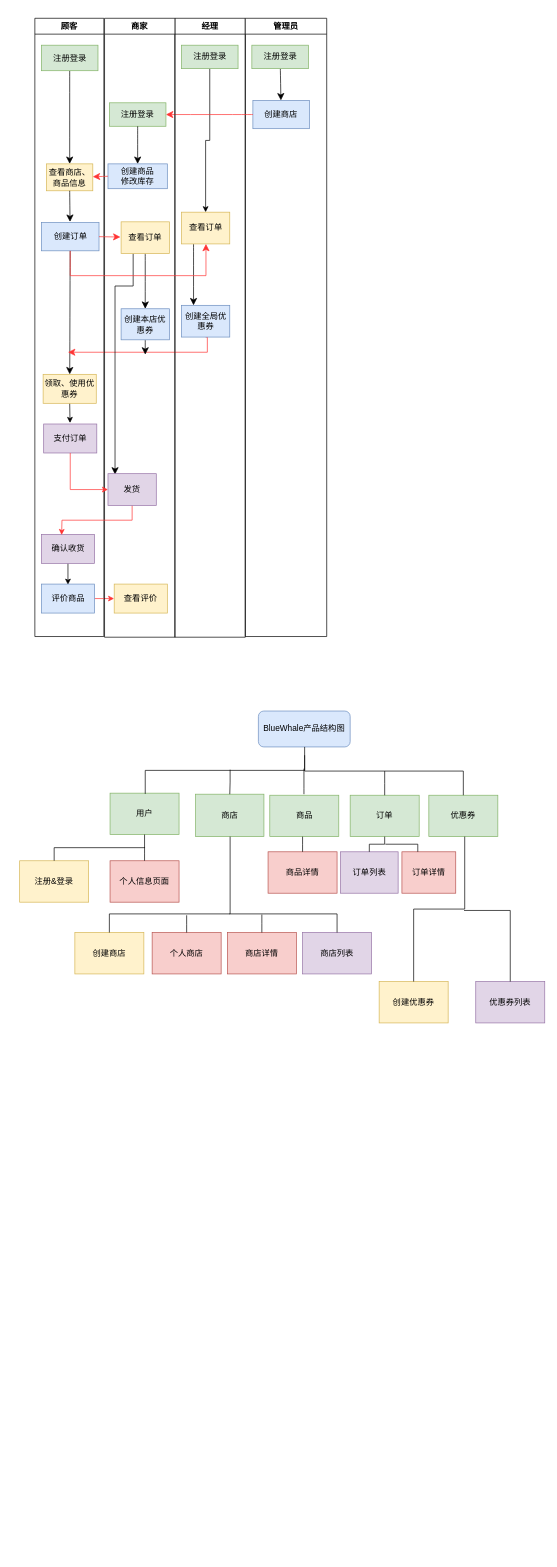
Above: hm.drawio in 2458469953/SE2_picture (draw.io), before the change. Source tidied: cells renumbered, new cells numbered last; positions are measured from the earlier drawing's top-left corner, leaving out a move shared by most shapes. Both pictures are drawn from the tidied source at 69%, with x=0, y=0 at pixel (19, 18).
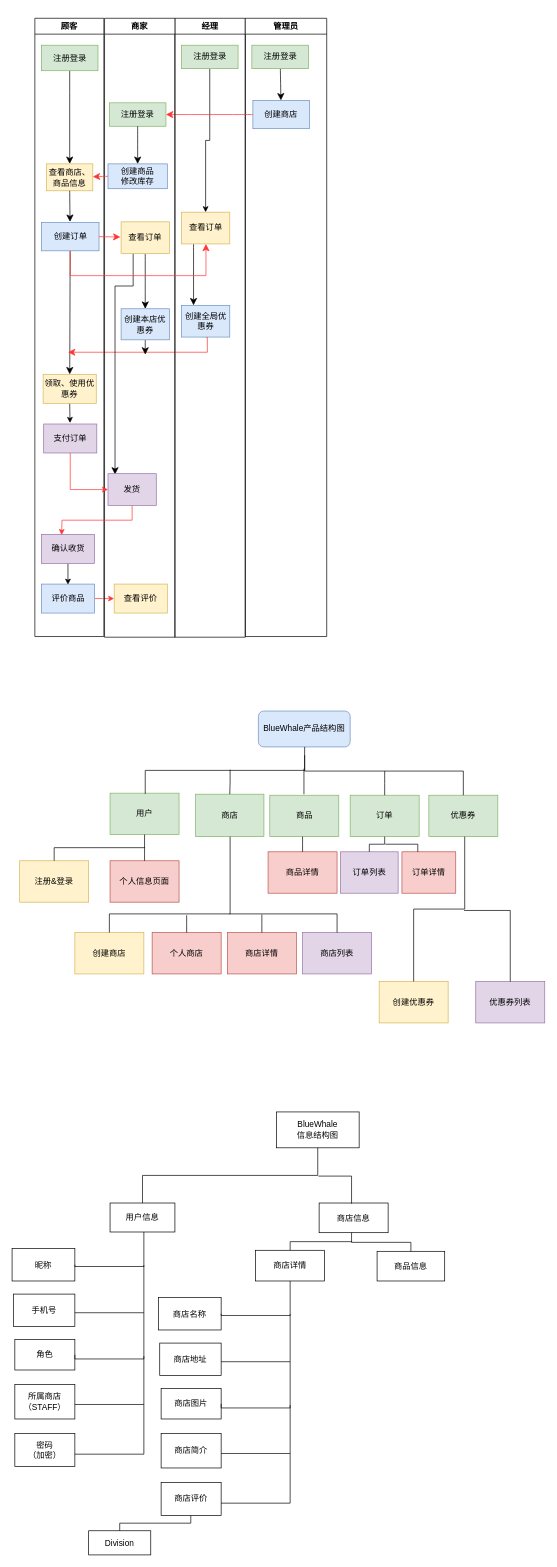
The same page after the edit.

What changed in the source:
```diff
@@
+    <mxCell id="78" value="BlueWhale&lt;div&gt;信息结构图&lt;/div&gt;" style="rounded=0;whiteSpace=wrap;html=1;" parent="1" vertex="1">
+      <mxGeometry x="372" y="1585" width="120" height="52" as="geometry" />
+    </mxCell>
+    <mxCell id="79" value="用户信息" style="whiteSpace=wrap;html=1;align=center;verticalAlign=middle;newEdgeStyle={&quot;edgeStyle&quot;:&quot;elbowEdgeStyle&quot;,&quot;startArrow&quot;:&quot;none&quot;,&quot;endArrow&quot;:&quot;none&quot;};" parent="1" vertex="1">
+      <mxGeometry x="131" y="1717" width="94" height="42" as="geometry" />
+    </mxCell>
+    <mxCell id="80" style="edgeStyle=elbowEdgeStyle;elbow=vertical;sourcePerimeterSpacing=0;targetPerimeterSpacing=0;startArrow=none;endArrow=none;rounded=0;curved=0;exitX=0.5;exitY=1;exitDx=0;exitDy=0;" parent="1" edge="1" source="78" target="79">
+      <mxGeometry relative="1" as="geometry" />
+    </mxCell>
+    <mxCell id="81" value="昵称" style="whiteSpace=wrap;html=1;align=center;verticalAlign=middle;newEdgeStyle={&quot;edgeStyle&quot;:&quot;elbowEdgeStyle&quot;,&quot;startArrow&quot;:&quot;none&quot;,&quot;endArrow&quot;:&quot;none&quot;};" parent="1" vertex="1">
+      <mxGeometry x="-11" y="1783" width="91" height="47" as="geometry" />
+    </mxCell>
+    <mxCell id="82" style="edgeStyle=elbowEdgeStyle;elbow=vertical;sourcePerimeterSpacing=0;targetPerimeterSpacing=0;startArrow=none;endArrow=none;rounded=0;curved=0;entryX=1;entryY=0.5;entryDx=0;entryDy=0;" parent="1" edge="1" target="81">
+      <mxGeometry relative="1" as="geometry">
+        <mxPoint x="180" y="1759" as="sourcePoint" />
+        <Array as="points">
+          <mxPoint x="134" y="1809" />
+        </Array>
+      </mxGeometry>
+    </mxCell>
+    <mxCell id="83" value="手机号" style="whiteSpace=wrap;html=1;align=center;verticalAlign=middle;newEdgeStyle={&quot;edgeStyle&quot;:&quot;elbowEdgeStyle&quot;,&quot;startArrow&quot;:&quot;none&quot;,&quot;endArrow&quot;:&quot;none&quot;};" parent="1" vertex="1">
+      <mxGeometry x="-9" y="1849" width="89" height="47" as="geometry" />
+    </mxCell>
+    <mxCell id="84" style="edgeStyle=elbowEdgeStyle;elbow=vertical;sourcePerimeterSpacing=0;targetPerimeterSpacing=0;startArrow=none;endArrow=none;rounded=0;curved=0;" parent="1" edge="1" target="83">
+      <mxGeometry relative="1" as="geometry">
+        <mxPoint x="180" y="1807" as="sourcePoint" />
+        <Array as="points">
+          <mxPoint x="131" y="1876" />
+        </Array>
+      </mxGeometry>
+    </mxCell>
+    <mxCell id="85" value="角色" style="whiteSpace=wrap;html=1;align=center;verticalAlign=middle;newEdgeStyle={&quot;edgeStyle&quot;:&quot;elbowEdgeStyle&quot;,&quot;startArrow&quot;:&quot;none&quot;,&quot;endArrow&quot;:&quot;none&quot;};" parent="1" vertex="1">
+      <mxGeometry x="-7" y="1915" width="87" height="44" as="geometry" />
+    </mxCell>
+    <mxCell id="86" style="edgeStyle=elbowEdgeStyle;elbow=vertical;sourcePerimeterSpacing=0;targetPerimeterSpacing=0;startArrow=none;endArrow=none;rounded=0;curved=0;entryX=1;entryY=0.5;entryDx=0;entryDy=0;" parent="1" edge="1" target="85">
+      <mxGeometry relative="1" as="geometry">
+        <mxPoint x="180" y="1876" as="sourcePoint" />
+        <Array as="points">
+          <mxPoint x="133" y="1943" />
+        </Array>
+      </mxGeometry>
+    </mxCell>
+    <mxCell id="87" value="所属商店（STAFF）" style="whiteSpace=wrap;html=1;align=center;verticalAlign=middle;newEdgeStyle={&quot;edgeStyle&quot;:&quot;elbowEdgeStyle&quot;,&quot;startArrow&quot;:&quot;none&quot;,&quot;endArrow&quot;:&quot;none&quot;};" parent="1" vertex="1">
+      <mxGeometry x="-7" y="1980" width="87" height="50" as="geometry" />
+    </mxCell>
+    <mxCell id="88" style="edgeStyle=elbowEdgeStyle;elbow=vertical;sourcePerimeterSpacing=0;targetPerimeterSpacing=0;startArrow=none;endArrow=none;rounded=0;curved=0;" parent="1" edge="1" target="87">
+      <mxGeometry relative="1" as="geometry">
+        <mxPoint x="180" y="1939" as="sourcePoint" />
+        <Array as="points">
+          <mxPoint x="159" y="2009" />
+        </Array>
+      </mxGeometry>
+    </mxCell>
+    <mxCell id="89" value="密码&lt;div&gt;（加密）&lt;/div&gt;" style="whiteSpace=wrap;html=1;align=center;verticalAlign=middle;newEdgeStyle={&quot;edgeStyle&quot;:&quot;elbowEdgeStyle&quot;,&quot;startArrow&quot;:&quot;none&quot;,&quot;endArrow&quot;:&quot;none&quot;};" parent="1" vertex="1">
+      <mxGeometry x="-7" y="2051" width="87" height="48" as="geometry" />
+    </mxCell>
+    <mxCell id="90" style="edgeStyle=elbowEdgeStyle;elbow=vertical;sourcePerimeterSpacing=0;targetPerimeterSpacing=0;startArrow=none;endArrow=none;rounded=0;curved=0;" parent="1" edge="1" target="89">
+      <mxGeometry relative="1" as="geometry">
+        <mxPoint x="180" y="2009" as="sourcePoint" />
+        <Array as="points">
+          <mxPoint x="129" y="2081" />
+        </Array>
+      </mxGeometry>
+    </mxCell>
+    <mxCell id="91" value="商店信息" style="whiteSpace=wrap;html=1;align=center;verticalAlign=middle;newEdgeStyle={&quot;edgeStyle&quot;:&quot;elbowEdgeStyle&quot;,&quot;startArrow&quot;:&quot;none&quot;,&quot;endArrow&quot;:&quot;none&quot;};" parent="1" vertex="1">
+      <mxGeometry x="434" y="1717" width="100" height="43" as="geometry" />
+    </mxCell>
+    <mxCell id="92" style="edgeStyle=elbowEdgeStyle;elbow=vertical;sourcePerimeterSpacing=0;targetPerimeterSpacing=0;startArrow=none;endArrow=none;rounded=0;curved=0;entryX=0.47;entryY=0.023;entryDx=0;entryDy=0;entryPerimeter=0;" parent="1" edge="1" target="91">
+      <mxGeometry relative="1" as="geometry">
+        <mxPoint x="433" y="1678" as="sourcePoint" />
+        <Array as="points">
+          <mxPoint x="473" y="1678" />
+        </Array>
+      </mxGeometry>
+    </mxCell>
+    <mxCell id="93" value="商店详情" style="whiteSpace=wrap;html=1;align=center;verticalAlign=middle;newEdgeStyle={&quot;edgeStyle&quot;:&quot;elbowEdgeStyle&quot;,&quot;startArrow&quot;:&quot;none&quot;,&quot;endArrow&quot;:&quot;none&quot;};" parent="1" vertex="1">
+      <mxGeometry x="342" y="1785.5" width="100" height="44.5" as="geometry" />
+    </mxCell>
+    <mxCell id="94" style="edgeStyle=elbowEdgeStyle;elbow=vertical;sourcePerimeterSpacing=0;targetPerimeterSpacing=0;startArrow=none;endArrow=none;rounded=0;curved=0;" parent="1" edge="1" target="93">
+      <mxGeometry relative="1" as="geometry">
+        <mxPoint x="481" y="1760" as="sourcePoint" />
+      </mxGeometry>
+    </mxCell>
+    <mxCell id="95" value="商品信息" style="whiteSpace=wrap;html=1;align=center;verticalAlign=middle;newEdgeStyle={&quot;edgeStyle&quot;:&quot;elbowEdgeStyle&quot;,&quot;startArrow&quot;:&quot;none&quot;,&quot;endArrow&quot;:&quot;none&quot;};" parent="1" vertex="1">
+      <mxGeometry x="518" y="1787" width="98" height="43" as="geometry" />
+    </mxCell>
+    <mxCell id="96" style="edgeStyle=elbowEdgeStyle;elbow=vertical;sourcePerimeterSpacing=0;targetPerimeterSpacing=0;startArrow=none;endArrow=none;rounded=0;curved=0;entryX=0.5;entryY=0;entryDx=0;entryDy=0;" parent="1" edge="1" target="95">
+      <mxGeometry relative="1" as="geometry">
+        <mxPoint x="481" y="1772" as="sourcePoint" />
+        <Array as="points">
+          <mxPoint x="563" y="1774" />
+        </Array>
+      </mxGeometry>
+    </mxCell>
+    <mxCell id="97" value="商店名称" style="whiteSpace=wrap;html=1;align=center;verticalAlign=middle;newEdgeStyle={&quot;edgeStyle&quot;:&quot;elbowEdgeStyle&quot;,&quot;startArrow&quot;:&quot;none&quot;,&quot;endArrow&quot;:&quot;none&quot;};" parent="1" vertex="1">
+      <mxGeometry x="201" y="1854" width="91" height="47" as="geometry" />
+    </mxCell>
+    <mxCell id="98" style="edgeStyle=elbowEdgeStyle;elbow=vertical;sourcePerimeterSpacing=0;targetPerimeterSpacing=0;startArrow=none;endArrow=none;rounded=0;curved=0;entryX=1;entryY=0.5;entryDx=0;entryDy=0;" parent="1" edge="1" target="97">
+      <mxGeometry relative="1" as="geometry">
+        <mxPoint x="392" y="1830" as="sourcePoint" />
+        <Array as="points">
+          <mxPoint x="346" y="1880" />
+        </Array>
+      </mxGeometry>
+    </mxCell>
+    <mxCell id="99" value="商店地址" style="whiteSpace=wrap;html=1;align=center;verticalAlign=middle;newEdgeStyle={&quot;edgeStyle&quot;:&quot;elbowEdgeStyle&quot;,&quot;startArrow&quot;:&quot;none&quot;,&quot;endArrow&quot;:&quot;none&quot;};" parent="1" vertex="1">
+      <mxGeometry x="203" y="1920" width="89" height="47" as="geometry" />
+    </mxCell>
+    <mxCell id="100" style="edgeStyle=elbowEdgeStyle;elbow=vertical;sourcePerimeterSpacing=0;targetPerimeterSpacing=0;startArrow=none;endArrow=none;rounded=0;curved=0;" parent="1" edge="1" target="99">
+      <mxGeometry relative="1" as="geometry">
+        <mxPoint x="392" y="1878" as="sourcePoint" />
+        <Array as="points">
+          <mxPoint x="343" y="1947" />
+        </Array>
+      </mxGeometry>
+    </mxCell>
+    <mxCell id="101" value="商店图片" style="whiteSpace=wrap;html=1;align=center;verticalAlign=middle;newEdgeStyle={&quot;edgeStyle&quot;:&quot;elbowEdgeStyle&quot;,&quot;startArrow&quot;:&quot;none&quot;,&quot;endArrow&quot;:&quot;none&quot;};" parent="1" vertex="1">
+      <mxGeometry x="205" y="1986" width="87" height="44" as="geometry" />
+    </mxCell>
+    <mxCell id="102" style="edgeStyle=elbowEdgeStyle;elbow=vertical;sourcePerimeterSpacing=0;targetPerimeterSpacing=0;startArrow=none;endArrow=none;rounded=0;curved=0;entryX=1;entryY=0.5;entryDx=0;entryDy=0;" parent="1" edge="1" target="101">
+      <mxGeometry relative="1" as="geometry">
+        <mxPoint x="392" y="1947" as="sourcePoint" />
+        <Array as="points">
+          <mxPoint x="345" y="2014" />
+        </Array>
+      </mxGeometry>
+    </mxCell>
+    <mxCell id="103" value="商店简介" style="whiteSpace=wrap;html=1;align=center;verticalAlign=middle;newEdgeStyle={&quot;edgeStyle&quot;:&quot;elbowEdgeStyle&quot;,&quot;startArrow&quot;:&quot;none&quot;,&quot;endArrow&quot;:&quot;none&quot;};" parent="1" vertex="1">
+      <mxGeometry x="205" y="2051" width="87" height="50" as="geometry" />
+    </mxCell>
+    <mxCell id="104" style="edgeStyle=elbowEdgeStyle;elbow=vertical;sourcePerimeterSpacing=0;targetPerimeterSpacing=0;startArrow=none;endArrow=none;rounded=0;curved=0;" parent="1" edge="1" target="103">
+      <mxGeometry relative="1" as="geometry">
+        <mxPoint x="392" y="2010" as="sourcePoint" />
+        <Array as="points">
+          <mxPoint x="371" y="2080" />
+        </Array>
+      </mxGeometry>
+    </mxCell>
+    <mxCell id="105" value="商店评价" style="whiteSpace=wrap;html=1;align=center;verticalAlign=middle;newEdgeStyle={&quot;edgeStyle&quot;:&quot;elbowEdgeStyle&quot;,&quot;startArrow&quot;:&quot;none&quot;,&quot;endArrow&quot;:&quot;none&quot;};" parent="1" vertex="1">
+      <mxGeometry x="205" y="2122" width="87" height="48" as="geometry" />
+    </mxCell>
+    <mxCell id="106" style="edgeStyle=elbowEdgeStyle;elbow=vertical;sourcePerimeterSpacing=0;targetPerimeterSpacing=0;startArrow=none;endArrow=none;rounded=0;curved=0;" parent="1" edge="1" target="105">
+      <mxGeometry relative="1" as="geometry">
+        <mxPoint x="392" y="2080" as="sourcePoint" />
+        <Array as="points">
+          <mxPoint x="341" y="2152" />
+        </Array>
+      </mxGeometry>
+    </mxCell>
+    <mxCell id="107" value="Division" style="whiteSpace=wrap;html=1;align=center;verticalAlign=middle;newEdgeStyle={&quot;edgeStyle&quot;:&quot;elbowEdgeStyle&quot;,&quot;startArrow&quot;:&quot;none&quot;,&quot;endArrow&quot;:&quot;none&quot;};" parent="1" vertex="1">
+      <mxGeometry x="100" y="2192" width="90" height="35" as="geometry" />
+    </mxCell>
+    <mxCell id="108" style="edgeStyle=elbowEdgeStyle;elbow=vertical;sourcePerimeterSpacing=0;targetPerimeterSpacing=0;startArrow=none;endArrow=none;rounded=0;curved=0;" parent="1" edge="1" target="107">
+      <mxGeometry relative="1" as="geometry">
+        <mxPoint x="248" y="2170" as="sourcePoint" />
+      </mxGeometry>
+    </mxCell>
```
